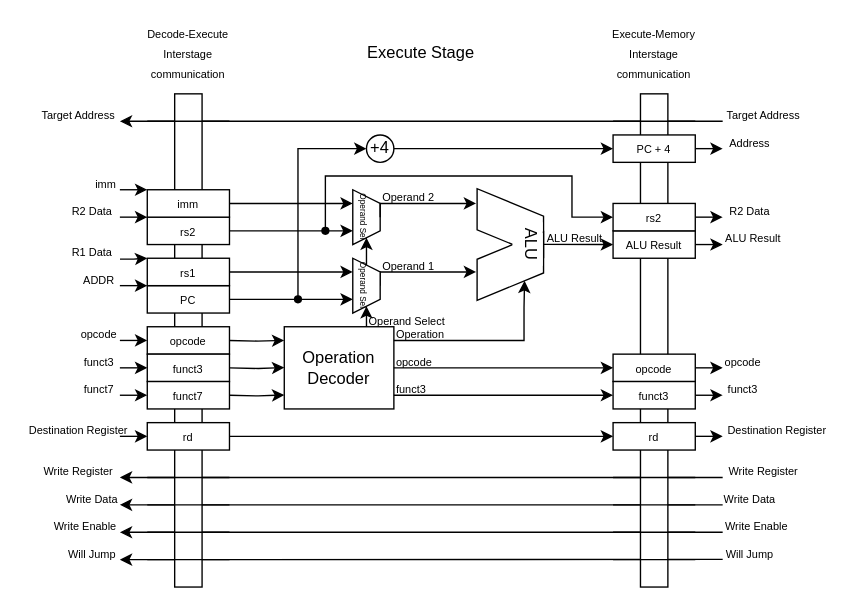
Above: page "Execute stage" (4 of 6) of docs/imgs/microarchitecture/datapath.drawio in WachirawichN/C0-CPU (draw.io), before the change. Source tidied: cells renumbered, new cells numbered last; positions are measured from the earlier drawing's top-left corner, leaving out a move shared by most shapes. Both pictures are drawn from the tidied source at 137%, with x=0, y=0 at pixel (23, 25).
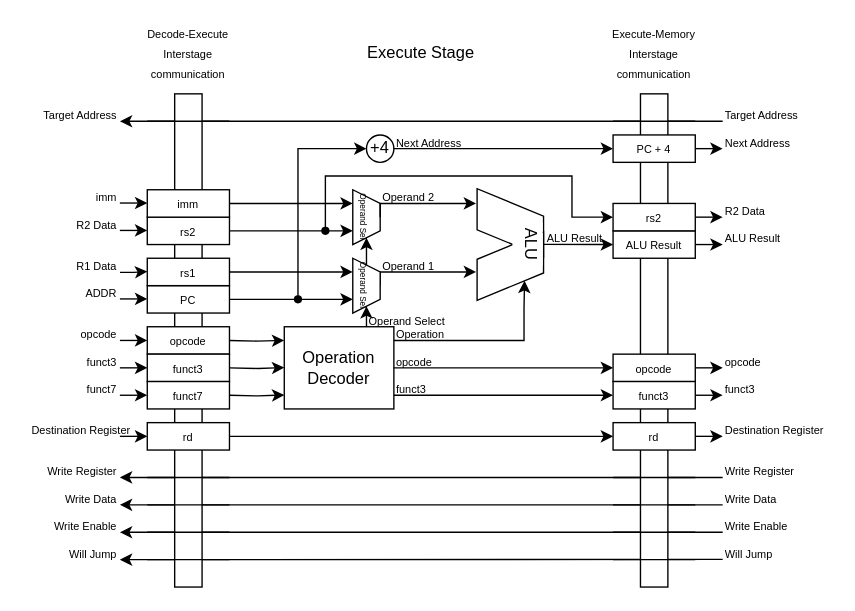
The same diagram, later.

Diff of the diagram source:
```diff
@@
-    <mxCell id="2" value="&lt;font style=&quot;font-size: 8px;&quot;&gt;Target Address&lt;/font&gt;" style="text;html=1;whiteSpace=wrap;strokeColor=none;fillColor=none;align=center;verticalAlign=middle;rounded=0;" parent="1" vertex="1">
+    <mxCell id="2" value="&lt;font style=&quot;font-size: 8px;&quot;&gt;Target Address&lt;/font&gt;" style="text;html=1;whiteSpace=wrap;strokeColor=none;fillColor=none;align=right;verticalAlign=middle;rounded=0;" parent="1" vertex="1">
       <mxGeometry x="10" y="60" width="60" height="10" as="geometry" />
     </mxCell>
-    <mxCell id="3" value="&lt;span style=&quot;font-size: 8px;&quot;&gt;Write Register&lt;/span&gt;" style="text;html=1;whiteSpace=wrap;strokeColor=none;fillColor=none;align=center;verticalAlign=middle;rounded=0;" parent="1" vertex="1">
+    <mxCell id="3" value="&lt;span style=&quot;font-size: 8px;&quot;&gt;Write Register&lt;/span&gt;" style="text;html=1;whiteSpace=wrap;strokeColor=none;fillColor=none;align=right;verticalAlign=middle;rounded=0;" parent="1" vertex="1">
       <mxGeometry x="10" y="320" width="60" height="10" as="geometry" />
     </mxCell>
-    <mxCell id="4" value="&lt;font style=&quot;font-size: 8px;&quot;&gt;Write Data&lt;/font&gt;" style="text;html=1;whiteSpace=wrap;strokeColor=none;fillColor=none;align=center;verticalAlign=middle;rounded=0;" parent="1" vertex="1">
+    <mxCell id="4" value="&lt;font style=&quot;font-size: 8px;&quot;&gt;Write Data&lt;/font&gt;" style="text;html=1;whiteSpace=wrap;strokeColor=none;fillColor=none;align=right;verticalAlign=middle;rounded=0;" parent="1" vertex="1">
       <mxGeometry x="30" y="340" width="40" height="10" as="geometry" />
     </mxCell>
-    <mxCell id="5" value="&lt;font style=&quot;font-size: 8px;&quot;&gt;Write Enable&lt;/font&gt;" style="text;html=1;whiteSpace=wrap;strokeColor=none;fillColor=none;align=center;verticalAlign=middle;rounded=0;" parent="1" vertex="1">
+    <mxCell id="5" value="&lt;font style=&quot;font-size: 8px;&quot;&gt;Write Enable&lt;/font&gt;" style="text;html=1;whiteSpace=wrap;strokeColor=none;fillColor=none;align=right;verticalAlign=middle;rounded=0;" parent="1" vertex="1">
       <mxGeometry x="20" y="360" width="50" height="10" as="geometry" />
     </mxCell>
-    <mxCell id="6" value="&lt;font style=&quot;font-size: 8px;&quot;&gt;opcode&lt;/font&gt;" style="text;html=1;whiteSpace=wrap;strokeColor=none;fillColor=none;align=center;verticalAlign=middle;rounded=0;" parent="1" vertex="1">
+    <mxCell id="6" value="&lt;font style=&quot;font-size: 8px;&quot;&gt;opcode&lt;/font&gt;" style="text;html=1;whiteSpace=wrap;strokeColor=none;fillColor=none;align=right;verticalAlign=middle;rounded=0;" parent="1" vertex="1">
       <mxGeometry x="40" y="220" width="30" height="10" as="geometry" />
     </mxCell>
-    <mxCell id="7" value="&lt;font style=&quot;font-size: 8px;&quot;&gt;funct3&lt;/font&gt;" style="text;html=1;whiteSpace=wrap;strokeColor=none;fillColor=none;align=center;verticalAlign=middle;rounded=0;" parent="1" vertex="1">
+    <mxCell id="7" value="&lt;font style=&quot;font-size: 8px;&quot;&gt;funct3&lt;/font&gt;" style="text;html=1;whiteSpace=wrap;strokeColor=none;fillColor=none;align=right;verticalAlign=middle;rounded=0;" parent="1" vertex="1">
       <mxGeometry x="40" y="240" width="30" height="10" as="geometry" />
     </mxCell>
-    <mxCell id="8" value="&lt;font style=&quot;font-size: 8px;&quot;&gt;funct7&lt;/font&gt;" style="text;html=1;whiteSpace=wrap;strokeColor=none;fillColor=none;align=center;verticalAlign=middle;rounded=0;" parent="1" vertex="1">
+    <mxCell id="8" value="&lt;font style=&quot;font-size: 8px;&quot;&gt;funct7&lt;/font&gt;" style="text;html=1;whiteSpace=wrap;strokeColor=none;fillColor=none;align=right;verticalAlign=middle;rounded=0;" parent="1" vertex="1">
       <mxGeometry x="40" y="260" width="30" height="10" as="geometry" />
     </mxCell>
-    <mxCell id="9" value="&lt;font style=&quot;font-size: 8px;&quot;&gt;Destination Register&lt;/font&gt;" style="text;html=1;whiteSpace=wrap;strokeColor=none;fillColor=none;align=center;verticalAlign=middle;rounded=0;" parent="1" vertex="1">
+    <mxCell id="9" value="&lt;font style=&quot;font-size: 8px;&quot;&gt;Destination Register&lt;/font&gt;" style="text;html=1;whiteSpace=wrap;strokeColor=none;fillColor=none;align=right;verticalAlign=middle;rounded=0;" parent="1" vertex="1">
       <mxGeometry y="290" width="80" height="10" as="geometry" />
     </mxCell>
@@
-    <mxCell id="44" value="&lt;font style=&quot;font-size: 8px;&quot;&gt;Target Address&lt;/font&gt;" style="text;html=1;whiteSpace=wrap;strokeColor=none;fillColor=none;align=center;verticalAlign=middle;rounded=0;" parent="1" vertex="1">
+    <mxCell id="44" value="&lt;font style=&quot;font-size: 8px;&quot;&gt;Target Address&lt;/font&gt;" style="text;html=1;whiteSpace=wrap;strokeColor=none;fillColor=none;align=left;verticalAlign=middle;rounded=0;" parent="1" vertex="1">
       <mxGeometry x="510" y="60" width="60" height="10" as="geometry" />
     </mxCell>
-    <mxCell id="45" value="&lt;span style=&quot;font-size: 8px;&quot;&gt;Write Register&lt;/span&gt;" style="text;html=1;whiteSpace=wrap;strokeColor=none;fillColor=none;align=center;verticalAlign=middle;rounded=0;" parent="1" vertex="1">
+    <mxCell id="45" value="&lt;span style=&quot;font-size: 8px;&quot;&gt;Write Register&lt;/span&gt;" style="text;html=1;whiteSpace=wrap;strokeColor=none;fillColor=none;align=left;verticalAlign=middle;rounded=0;" parent="1" vertex="1">
       <mxGeometry x="510" y="320" width="60" height="10" as="geometry" />
     </mxCell>
-    <mxCell id="46" value="&lt;font style=&quot;font-size: 8px;&quot;&gt;Write Data&lt;/font&gt;" style="text;html=1;whiteSpace=wrap;strokeColor=none;fillColor=none;align=center;verticalAlign=middle;rounded=0;" parent="1" vertex="1">
+    <mxCell id="46" value="&lt;font style=&quot;font-size: 8px;&quot;&gt;Write Data&lt;/font&gt;" style="text;html=1;whiteSpace=wrap;strokeColor=none;fillColor=none;align=left;verticalAlign=middle;rounded=0;" parent="1" vertex="1">
       <mxGeometry x="510" y="339.8" width="40" height="10.2" as="geometry" />
     </mxCell>
-    <mxCell id="47" value="&lt;font style=&quot;font-size: 8px;&quot;&gt;Write Enable&lt;/font&gt;" style="text;html=1;whiteSpace=wrap;strokeColor=none;fillColor=none;align=center;verticalAlign=middle;rounded=0;" parent="1" vertex="1">
+    <mxCell id="47" value="&lt;font style=&quot;font-size: 8px;&quot;&gt;Write Enable&lt;/font&gt;" style="text;html=1;whiteSpace=wrap;strokeColor=none;fillColor=none;align=left;verticalAlign=middle;rounded=0;" parent="1" vertex="1">
       <mxGeometry x="510" y="360" width="50" height="10" as="geometry" />
     </mxCell>
-    <mxCell id="48" value="&lt;font style=&quot;font-size: 8px;&quot;&gt;R2 Data&lt;/font&gt;" style="text;html=1;whiteSpace=wrap;strokeColor=none;fillColor=none;align=center;verticalAlign=middle;rounded=0;" parent="1" vertex="1">
+    <mxCell id="48" value="&lt;font style=&quot;font-size: 8px;&quot;&gt;R2 Data&lt;/font&gt;" style="text;html=1;whiteSpace=wrap;strokeColor=none;fillColor=none;align=left;verticalAlign=middle;rounded=0;" parent="1" vertex="1">
       <mxGeometry x="510" y="130" width="40" height="10" as="geometry" />
     </mxCell>
-    <mxCell id="49" value="&lt;font style=&quot;font-size: 8px;&quot;&gt;opcode&lt;/font&gt;" style="text;html=1;whiteSpace=wrap;strokeColor=none;fillColor=none;align=center;verticalAlign=middle;rounded=0;" parent="1" vertex="1">
+    <mxCell id="49" value="&lt;font style=&quot;font-size: 8px;&quot;&gt;opcode&lt;/font&gt;" style="text;html=1;whiteSpace=wrap;strokeColor=none;fillColor=none;align=left;verticalAlign=middle;rounded=0;" parent="1" vertex="1">
       <mxGeometry x="510" y="240" width="30" height="10" as="geometry" />
     </mxCell>
-    <mxCell id="50" value="&lt;font style=&quot;font-size: 8px;&quot;&gt;funct3&lt;/font&gt;" style="text;html=1;whiteSpace=wrap;strokeColor=none;fillColor=none;align=center;verticalAlign=middle;rounded=0;" parent="1" vertex="1">
+    <mxCell id="50" value="&lt;font style=&quot;font-size: 8px;&quot;&gt;funct3&lt;/font&gt;" style="text;html=1;whiteSpace=wrap;strokeColor=none;fillColor=none;align=left;verticalAlign=middle;rounded=0;" parent="1" vertex="1">
       <mxGeometry x="510" y="260" width="30" height="10" as="geometry" />
     </mxCell>
-    <mxCell id="51" value="&lt;font style=&quot;font-size: 8px;&quot;&gt;ALU Result&lt;/font&gt;" style="text;html=1;whiteSpace=wrap;strokeColor=none;fillColor=none;align=center;verticalAlign=middle;rounded=0;" parent="1" vertex="1">
+    <mxCell id="51" value="&lt;font style=&quot;font-size: 8px;&quot;&gt;ALU Result&lt;/font&gt;" style="text;html=1;whiteSpace=wrap;strokeColor=none;fillColor=none;align=left;verticalAlign=middle;rounded=0;" parent="1" vertex="1">
       <mxGeometry x="510" y="150" width="45" height="10" as="geometry" />
     </mxCell>
-    <mxCell id="52" value="&lt;font style=&quot;font-size: 8px;&quot;&gt;Destination Register&lt;/font&gt;" style="text;html=1;whiteSpace=wrap;strokeColor=none;fillColor=none;align=center;verticalAlign=middle;rounded=0;" parent="1" vertex="1">
+    <mxCell id="52" value="&lt;font style=&quot;font-size: 8px;&quot;&gt;Destination Register&lt;/font&gt;" style="text;html=1;whiteSpace=wrap;strokeColor=none;fillColor=none;align=left;verticalAlign=middle;rounded=0;" parent="1" vertex="1">
       <mxGeometry x="510" y="290" width="80" height="10" as="geometry" />
     </mxCell>
@@
-    <mxCell id="54" value="&lt;font style=&quot;font-size: 8px;&quot;&gt;Address&lt;/font&gt;" style="text;html=1;whiteSpace=wrap;strokeColor=none;fillColor=none;align=center;verticalAlign=middle;rounded=0;" parent="1" vertex="1">
-      <mxGeometry x="510" y="80" width="40" height="10" as="geometry" />
+    <mxCell id="54" value="&lt;font style=&quot;font-size: 8px;&quot;&gt;Next Address&lt;/font&gt;" style="text;html=1;whiteSpace=wrap;strokeColor=none;fillColor=none;align=left;verticalAlign=middle;rounded=0;" parent="1" vertex="1">
+      <mxGeometry x="510" y="80" width="50" height="10" as="geometry" />
     </mxCell>
@@
-    <mxCell id="62" value="&lt;font style=&quot;font-size: 8px;&quot;&gt;Will Jump&lt;/font&gt;" style="text;html=1;whiteSpace=wrap;strokeColor=none;fillColor=none;align=center;verticalAlign=middle;rounded=0;" parent="1" vertex="1">
+    <mxCell id="62" value="&lt;font style=&quot;font-size: 8px;&quot;&gt;Will Jump&lt;/font&gt;" style="text;html=1;whiteSpace=wrap;strokeColor=none;fillColor=none;align=left;verticalAlign=middle;rounded=0;" parent="1" vertex="1">
       <mxGeometry x="510" y="380" width="40" height="10" as="geometry" />
     </mxCell>
-    <mxCell id="63" value="&lt;font style=&quot;font-size: 8px;&quot;&gt;Will Jump&lt;/font&gt;" style="text;html=1;whiteSpace=wrap;strokeColor=none;fillColor=none;align=center;verticalAlign=middle;rounded=0;" parent="1" vertex="1">
+    <mxCell id="63" value="&lt;font style=&quot;font-size: 8px;&quot;&gt;Will Jump&lt;/font&gt;" style="text;html=1;whiteSpace=wrap;strokeColor=none;fillColor=none;align=right;verticalAlign=middle;rounded=0;" parent="1" vertex="1">
       <mxGeometry x="30" y="380" width="40" height="10" as="geometry" />
     </mxCell>
@@
-    <mxCell id="70" value="&lt;font style=&quot;font-size: 8px;&quot;&gt;R1 Data&lt;/font&gt;" style="text;html=1;whiteSpace=wrap;strokeColor=none;fillColor=none;align=center;verticalAlign=middle;rounded=0;" parent="1" vertex="1">
-      <mxGeometry x="30" y="160" width="40" height="10" as="geometry" />
+    <mxCell id="70" value="&lt;font style=&quot;font-size: 8px;&quot;&gt;R1 Data&lt;/font&gt;" style="text;html=1;whiteSpace=wrap;strokeColor=none;fillColor=none;align=right;verticalAlign=middle;rounded=0;" parent="1" vertex="1">
+      <mxGeometry x="30" y="169.7" width="40" height="10" as="geometry" />
     </mxCell>
     <mxCell id="71" style="edgeStyle=orthogonalEdgeStyle;rounded=0;orthogonalLoop=1;jettySize=auto;html=1;exitX=1;exitY=1;exitDx=0;exitDy=0;entryX=-0.002;entryY=0.472;entryDx=0;entryDy=0;entryPerimeter=0;" parent="1" edge="1">
       <mxGeometry relative="1" as="geometry">
-        <mxPoint x="70.1" y="170.6" as="sourcePoint" />
-        <mxPoint x="90" y="170" as="targetPoint" />
+        <mxPoint x="70.1" y="180.3" as="sourcePoint" />
+        <mxPoint x="90" y="179.7" as="targetPoint" />
         <Array as="points">
-          <mxPoint x="80.1" y="170.6" />
+          <mxPoint x="80.1" y="180.3" />
         </Array>
       </mxGeometry>
     </mxCell>
-    <mxCell id="72" value="&lt;font style=&quot;font-size: 8px;&quot;&gt;ADDR&lt;/font&gt;" style="text;html=1;whiteSpace=wrap;strokeColor=none;fillColor=none;align=center;verticalAlign=middle;rounded=0;" parent="1" vertex="1">
-      <mxGeometry x="40" y="180" width="30" height="10" as="geometry" />
+    <mxCell id="72" value="&lt;font style=&quot;font-size: 8px;&quot;&gt;ADDR&lt;/font&gt;" style="text;html=1;whiteSpace=wrap;strokeColor=none;fillColor=none;align=right;verticalAlign=middle;rounded=0;" parent="1" vertex="1">
+      <mxGeometry x="40" y="189.7" width="30" height="10" as="geometry" />
     </mxCell>
     <mxCell id="73" style="edgeStyle=orthogonalEdgeStyle;rounded=0;orthogonalLoop=1;jettySize=auto;html=1;entryX=0;entryY=0.5;entryDx=0;entryDy=0;" parent="1" edge="1">
       <mxGeometry relative="1" as="geometry">
-        <mxPoint x="70" y="190" as="sourcePoint" />
-        <mxPoint x="90" y="190" as="targetPoint" />
+        <mxPoint x="70" y="199.7" as="sourcePoint" />
+        <mxPoint x="90" y="199.7" as="targetPoint" />
       </mxGeometry>
     </mxCell>
@@
-    <mxCell id="79" value="&lt;font style=&quot;font-size: 8px;&quot;&gt;imm&lt;/font&gt;" style="text;html=1;whiteSpace=wrap;strokeColor=none;fillColor=none;align=center;verticalAlign=middle;rounded=0;" parent="1" vertex="1">
-      <mxGeometry x="50" y="110" width="20" height="10" as="geometry" />
+    <mxCell id="79" value="&lt;font style=&quot;font-size: 8px;&quot;&gt;imm&lt;/font&gt;" style="text;html=1;whiteSpace=wrap;strokeColor=none;fillColor=none;align=right;verticalAlign=middle;rounded=0;" parent="1" vertex="1">
+      <mxGeometry x="50" y="119.7" width="20" height="10" as="geometry" />
     </mxCell>
     <mxCell id="80" style="edgeStyle=orthogonalEdgeStyle;rounded=0;jettySize=auto;html=1;exitX=1;exitY=1;exitDx=0;exitDy=0;entryX=0;entryY=0.5;entryDx=0;entryDy=0;" parent="1" edge="1" source="79">
       <mxGeometry relative="1" as="geometry">
-        <mxPoint x="90" y="120" as="targetPoint" />
+        <mxPoint x="90" y="129.7" as="targetPoint" />
       </mxGeometry>
     </mxCell>
-    <mxCell id="81" value="&lt;font style=&quot;font-size: 8px;&quot;&gt;R2 Data&lt;/font&gt;" style="text;html=1;whiteSpace=wrap;strokeColor=none;fillColor=none;align=center;verticalAlign=middle;rounded=0;" parent="1" vertex="1">
-      <mxGeometry x="30" y="130" width="40" height="10" as="geometry" />
+    <mxCell id="81" value="&lt;font style=&quot;font-size: 8px;&quot;&gt;R2 Data&lt;/font&gt;" style="text;html=1;whiteSpace=wrap;strokeColor=none;fillColor=none;align=right;verticalAlign=middle;rounded=0;" parent="1" vertex="1">
+      <mxGeometry x="30" y="139.7" width="40" height="10" as="geometry" />
     </mxCell>
     <mxCell id="82" style="edgeStyle=orthogonalEdgeStyle;rounded=0;jettySize=auto;html=1;exitX=1;exitY=1;exitDx=0;exitDy=0;entryX=0;entryY=0.5;entryDx=0;entryDy=0;" parent="1" edge="1" source="81">
       <mxGeometry relative="1" as="geometry">
-        <mxPoint x="90" y="140" as="targetPoint" />
+        <mxPoint x="90" y="149.7" as="targetPoint" />
       </mxGeometry>
     </mxCell>
@@
+    <mxCell id="113" value="&lt;font style=&quot;font-size: 8px;&quot;&gt;Next Address&lt;/font&gt;" style="text;html=1;whiteSpace=wrap;strokeColor=none;fillColor=none;align=left;verticalAlign=middle;rounded=0;" parent="1" vertex="1">
+      <mxGeometry x="270" y="80" width="50" height="10" as="geometry" />
+    </mxCell>
```
